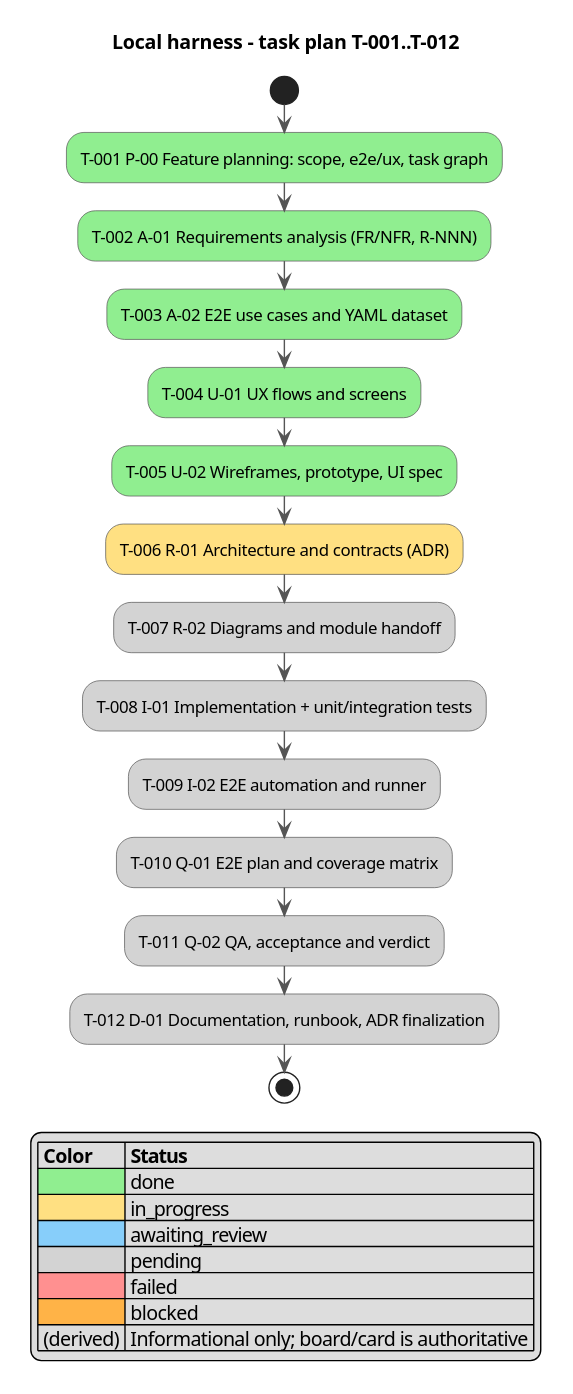
serge-sasov/ai-task-tracker keeps this PlantUML diagram as docs/activity.svg. Above is the earlier version.
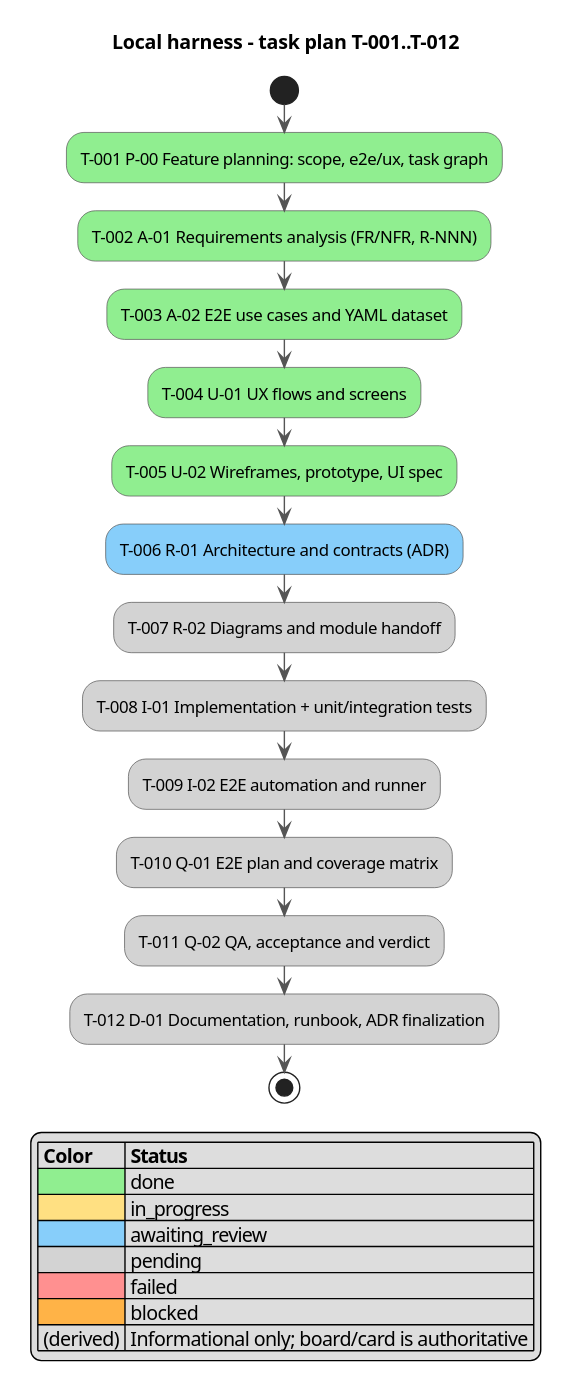
After the commit.

Change to the diagram source:
```diff
@@ -11,7 +11,7 @@
 :T-003 A-02 E2E use cases and YAML dataset; <<#90EE90>>
 :T-004 U-01 UX flows and screens; <<#90EE90>>
 :T-005 U-02 Wireframes, prototype, UI spec; <<#90EE90>>
-:T-006 R-01 Architecture and contracts (ADR); <<#FFE082>>
+:T-006 R-01 Architecture and contracts (ADR); <<#87CEFA>>
 :T-007 R-02 Diagrams and module handoff; <<#D3D3D3>>
 :T-008 I-01 Implementation + unit/integration tests; <<#D3D3D3>>
 :T-009 I-02 E2E automation and runner; <<#D3D3D3>>
```
